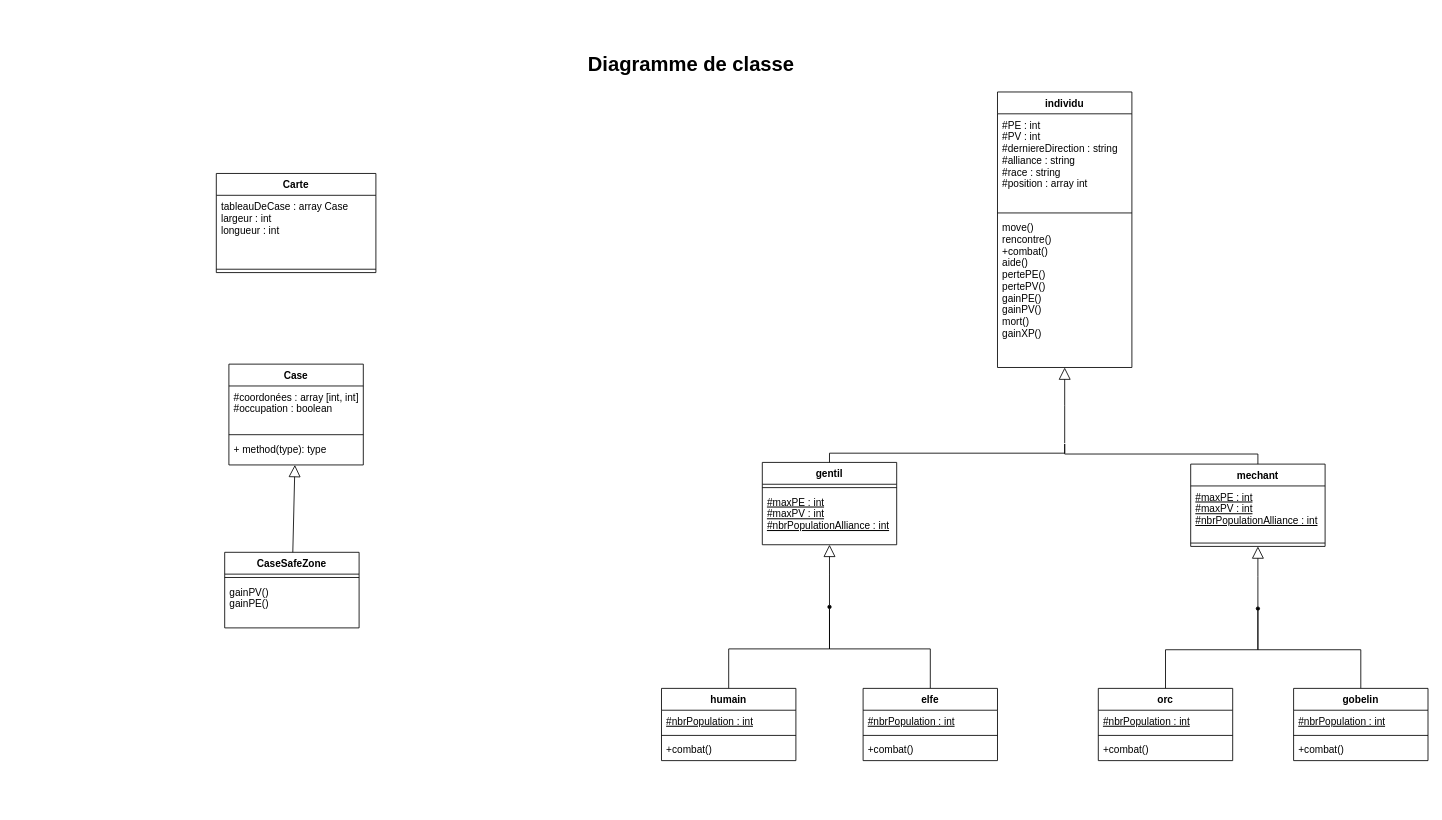
Before: diagramme_de_classe.drawio in agenceDEVI/ConceptObjet, a draw.io diagram. Source tidied: cells renumbered, new cells numbered last; positions are measured from the earlier drawing's top-left corner, leaving out a move shared by most shapes. Both pictures are drawn from the tidied source at 84%, with x=0, y=0 at pixel (56, 48).
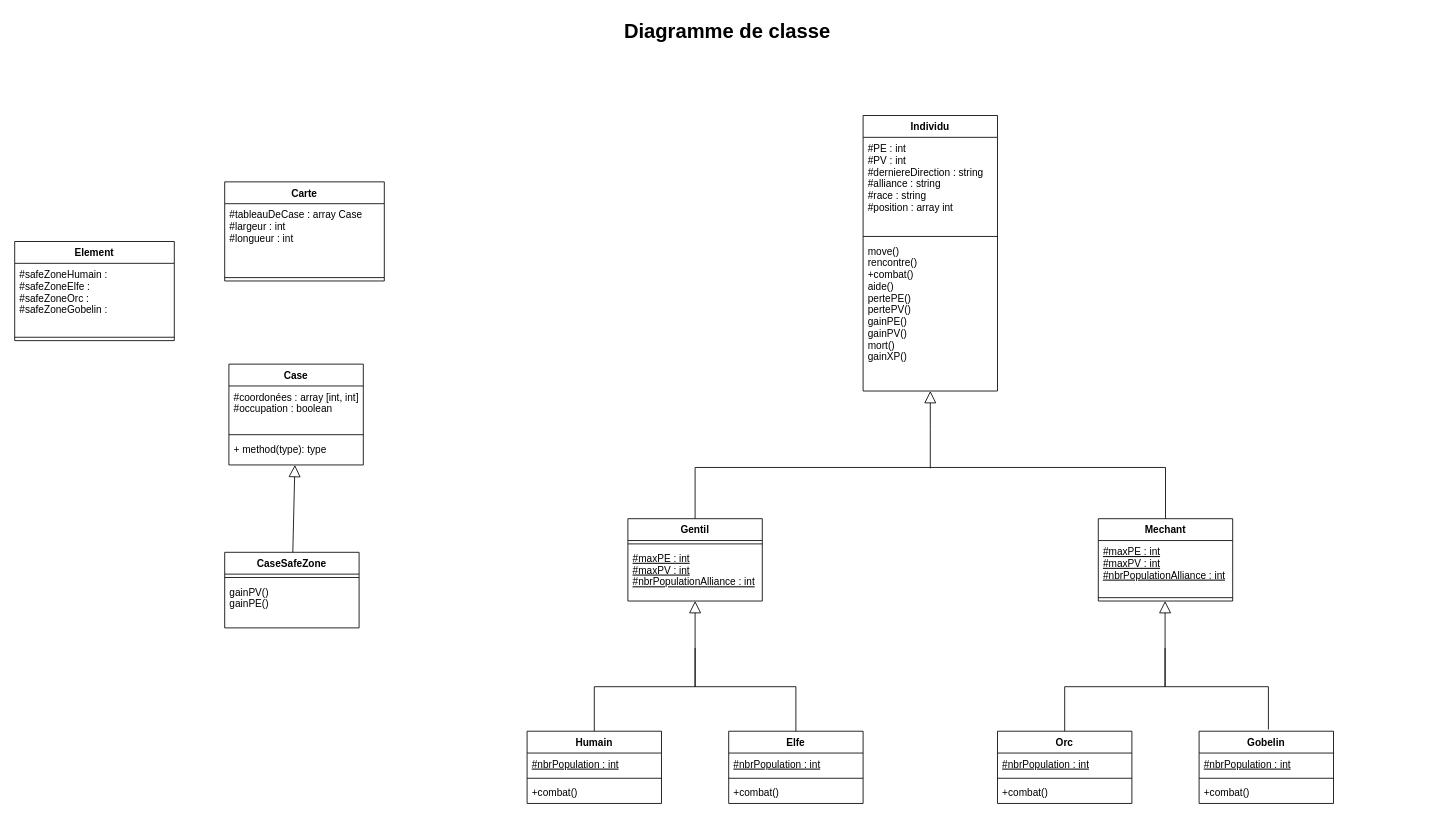
The same diagram, later.

Commit message:
modif carte

Unchanged cells that the change refers to:
```xml
<mxCell id="6" value="move()&#10;rencontre()&#10;+combat()&#10;aide()&#10;pertePE()&#10;pertePV()&#10;gainPE()&#10;gainPV()&#10;mort()&#10;gainXP()" style="text;strokeColor=none;fillColor=none;align=left;verticalAlign=top;spacingLeft=4;spacingRight=4;overflow=hidden;points=[[0,0.5],[1,0.5]];portConstraint=eastwest;" parent="3" vertex="1">
  <mxGeometry y="148" width="160" height="180" as="geometry" />
</mxCell>
```

What changed in the source:
```diff
@@
     <mxCell id="2" value="Diagramme de classe" style="text;strokeColor=none;fillColor=none;html=1;fontSize=24;fontStyle=1;verticalAlign=middle;align=center;" parent="1" vertex="1">
-      <mxGeometry width="1510" height="40" as="geometry" />
+      <mxGeometry x="42.5" y="-40" width="1510" height="40" as="geometry" />
     </mxCell>
-    <mxCell id="3" value="individu" style="swimlane;fontStyle=1;align=center;verticalAlign=top;horizontal=1;startSize=26;" parent="1" vertex="1">
-      <mxGeometry x="1120" y="52" width="160" height="328" as="geometry" />
+    <mxCell id="3" value="Individu" style="swimlane;fontStyle=1;align=center;verticalAlign=top;horizontal=1;startSize=26;" parent="1" vertex="1">
+      <mxGeometry x="960" y="80" width="160" height="328" as="geometry" />
     </mxCell>
@@
-    <mxCell id="7" value="gentil" style="swimlane;fontStyle=1;align=center;verticalAlign=top;horizontal=1;startSize=26;" parent="1" vertex="1">
-      <mxGeometry x="840" y="493" width="160" height="98" as="geometry" />
+    <mxCell id="7" value="Gentil" style="swimlane;fontStyle=1;align=center;verticalAlign=top;horizontal=1;startSize=26;" parent="1" vertex="1">
+      <mxGeometry x="680" y="560" width="160" height="98" as="geometry" />
     </mxCell>
@@
-    <mxCell id="10" value="mechant" style="swimlane;fontStyle=1;align=center;verticalAlign=top;horizontal=1;startSize=26;" parent="1" vertex="1">
-      <mxGeometry x="1350" y="495" width="160" height="98" as="geometry" />
+    <mxCell id="10" value="Mechant" style="swimlane;fontStyle=1;align=center;verticalAlign=top;horizontal=1;startSize=26;" parent="1" vertex="1">
+      <mxGeometry x="1240" y="560" width="160" height="98" as="geometry" />
     </mxCell>
@@
     <mxCell id="13" style="edgeStyle=elbowEdgeStyle;html=1;endSize=12;endArrow=block;endFill=0;elbow=horizontal;rounded=0;" parent="1" edge="1" target="6">
       <mxGeometry x="1" relative="1" as="geometry">
-        <mxPoint x="1200" y="470" as="sourcePoint" />
+        <mxPoint x="1040" y="500" as="sourcePoint" />
       </mxGeometry>
     </mxCell>
     <mxCell id="14" style="edgeStyle=elbowEdgeStyle;html=1;elbow=vertical;verticalAlign=bottom;endArrow=none;rounded=0;" parent="1" edge="1" target="10">
       <mxGeometry x="1" relative="1" as="geometry">
-        <mxPoint x="1200" y="471" as="sourcePoint" />
+        <mxPoint x="1040" y="499" as="sourcePoint" />
+        <Array as="points">
+          <mxPoint x="1180" y="499" />
+        </Array>
       </mxGeometry>
     </mxCell>
     <mxCell id="15" style="edgeStyle=elbowEdgeStyle;html=1;elbow=vertical;verticalAlign=bottom;endArrow=none;rounded=0;" parent="1" edge="1" target="7">
       <mxGeometry x="1" relative="1" as="geometry">
-        <mxPoint x="1200" y="471" as="sourcePoint" />
+        <mxPoint x="1040" y="499" as="sourcePoint" />
+        <Array as="points">
+          <mxPoint x="900" y="499" />
+        </Array>
       </mxGeometry>
     </mxCell>
-    <mxCell id="16" style="verticalAlign=bottom;html=1;ellipse;fillColor=#000000;strokeColor=#000000;" parent="1" vertex="1">
-      <mxGeometry x="918" y="663" width="4" height="4" as="geometry" />
-    </mxCell>
-    <mxCell id="17" style="edgeStyle=elbowEdgeStyle;html=1;endSize=12;endArrow=block;endFill=0;elbow=horizontal;rounded=0;" parent="1" edge="1" source="16" target="7">
-      <mxGeometry x="1" relative="1" as="geometry" />
+    <mxCell id="17" style="edgeStyle=elbowEdgeStyle;html=1;endSize=12;endArrow=block;endFill=0;elbow=horizontal;rounded=0;" parent="1" edge="1" target="7">
+      <mxGeometry x="1" relative="1" as="geometry">
+        <mxPoint x="760" y="714" as="sourcePoint" />
+        <Array as="points">
+          <mxPoint x="760" y="760" />
+        </Array>
+      </mxGeometry>
     </mxCell>
-    <mxCell id="18" style="edgeStyle=elbowEdgeStyle;html=1;elbow=vertical;verticalAlign=bottom;endArrow=none;rounded=0;" parent="1" edge="1" source="16" target="28">
-      <mxGeometry x="1" relative="1" as="geometry" />
+    <mxCell id="18" style="edgeStyle=elbowEdgeStyle;html=1;elbow=vertical;verticalAlign=bottom;endArrow=none;rounded=0;entryX=0.5;entryY=0;entryDx=0;entryDy=0;" parent="1" edge="1" target="28">
+      <mxGeometry x="1" relative="1" as="geometry">
+        <mxPoint x="760" y="760" as="sourcePoint" />
+        <Array as="points">
+          <mxPoint x="820" y="760" />
+        </Array>
+      </mxGeometry>
     </mxCell>
-    <mxCell id="19" style="edgeStyle=elbowEdgeStyle;html=1;elbow=vertical;verticalAlign=bottom;endArrow=none;rounded=0;" parent="1" edge="1" source="16" target="24">
-      <mxGeometry x="1" relative="1" as="geometry" />
+    <mxCell id="19" style="edgeStyle=elbowEdgeStyle;html=1;elbow=vertical;verticalAlign=bottom;endArrow=none;rounded=0;entryX=0.5;entryY=0;entryDx=0;entryDy=0;" parent="1" edge="1" target="24">
+      <mxGeometry x="1" relative="1" as="geometry">
+        <mxPoint x="760" y="760" as="sourcePoint" />
+        <Array as="points">
+          <mxPoint x="710" y="760" />
+        </Array>
+      </mxGeometry>
     </mxCell>
-    <mxCell id="20" style="verticalAlign=bottom;html=1;ellipse;fillColor=#000000;strokeColor=#000000;" parent="1" vertex="1">
-      <mxGeometry x="1428" y="665" width="4" height="4" as="geometry" />
-    </mxCell>
-    <mxCell id="21" style="edgeStyle=elbowEdgeStyle;html=1;endSize=12;endArrow=block;endFill=0;elbow=horizontal;rounded=0;" parent="1" edge="1" source="20" target="10">
-      <mxGeometry x="1" relative="1" as="geometry" />
-    </mxCell>
-    <mxCell id="22" style="edgeStyle=elbowEdgeStyle;html=1;elbow=vertical;verticalAlign=bottom;endArrow=none;rounded=0;" parent="1" edge="1" source="20" target="36">
-      <mxGeometry x="1" relative="1" as="geometry" />
+    <mxCell id="22" style="edgeStyle=elbowEdgeStyle;html=1;elbow=vertical;verticalAlign=bottom;endArrow=none;rounded=0;" parent="1" edge="1">
+      <mxGeometry x="1" relative="1" as="geometry">
+        <mxPoint x="1320" y="760" as="sourcePoint" />
+        <mxPoint x="1442.5" y="811" as="targetPoint" />
+        <Array as="points">
+          <mxPoint x="1380" y="760" />
+        </Array>
+      </mxGeometry>
     </mxCell>
-    <mxCell id="23" style="edgeStyle=elbowEdgeStyle;html=1;elbow=vertical;verticalAlign=bottom;endArrow=none;rounded=0;" parent="1" edge="1" source="20" target="32">
-      <mxGeometry x="1" relative="1" as="geometry" />
+    <mxCell id="23" style="edgeStyle=elbowEdgeStyle;html=1;elbow=vertical;verticalAlign=bottom;endArrow=none;rounded=0;entryX=0.5;entryY=0;entryDx=0;entryDy=0;" parent="1" edge="1" target="32">
+      <mxGeometry x="1" relative="1" as="geometry">
+        <mxPoint x="1320" y="760" as="sourcePoint" />
+        <Array as="points">
+          <mxPoint x="1260" y="760" />
+        </Array>
+      </mxGeometry>
     </mxCell>
-    <mxCell id="24" value="humain" style="swimlane;fontStyle=1;align=center;verticalAlign=top;horizontal=1;startSize=26;" parent="1" vertex="1">
-      <mxGeometry x="720" y="762" width="160" height="86" as="geometry" />
+    <mxCell id="24" value="Humain" style="swimlane;fontStyle=1;align=center;verticalAlign=top;horizontal=1;startSize=26;" parent="1" vertex="1">
+      <mxGeometry x="560" y="813" width="160" height="86" as="geometry" />
     </mxCell>
@@
-    <mxCell id="28" value="elfe" style="swimlane;fontStyle=1;align=center;verticalAlign=top;horizontal=1;startSize=26;" parent="1" vertex="1">
-      <mxGeometry x="960" y="762" width="160" height="86" as="geometry" />
+    <mxCell id="28" value="Elfe" style="swimlane;fontStyle=1;align=center;verticalAlign=top;horizontal=1;startSize=26;" parent="1" vertex="1">
+      <mxGeometry x="800" y="813" width="160" height="86" as="geometry" />
     </mxCell>
@@
-    <mxCell id="32" value="orc" style="swimlane;fontStyle=1;align=center;verticalAlign=top;horizontal=1;startSize=26;" parent="1" vertex="1">
-      <mxGeometry x="1240" y="762" width="160" height="86" as="geometry" />
+    <mxCell id="32" value="Orc" style="swimlane;fontStyle=1;align=center;verticalAlign=top;horizontal=1;startSize=26;" parent="1" vertex="1">
+      <mxGeometry x="1120" y="813" width="160" height="86" as="geometry" />
     </mxCell>
@@
-    <mxCell id="36" value="gobelin" style="swimlane;fontStyle=1;align=center;verticalAlign=top;horizontal=1;startSize=26;" parent="1" vertex="1">
-      <mxGeometry x="1472.5" y="762" width="160" height="86" as="geometry" />
+    <mxCell id="36" value="Gobelin" style="swimlane;fontStyle=1;align=center;verticalAlign=top;horizontal=1;startSize=26;" parent="1" vertex="1">
+      <mxGeometry x="1360" y="813" width="160" height="86" as="geometry" />
     </mxCell>
@@
-    <mxCell id="40" value="Carte" style="swimlane;fontStyle=1;align=center;verticalAlign=top;horizontal=1;startSize=26;" parent="1" vertex="1">
-      <mxGeometry x="190" y="149" width="190" height="118" as="geometry" />
+    <mxCell id="40" value="Element" style="swimlane;fontStyle=1;align=center;verticalAlign=top;horizontal=1;startSize=26;" parent="1" vertex="1">
+      <mxGeometry x="-50" y="230" width="190" height="118" as="geometry" />
     </mxCell>
-    <mxCell id="41" value="tableauDeCase : array Case&#10;largeur : int&#10;longueur : int&#10;" style="text;strokeColor=none;fillColor=none;align=left;verticalAlign=top;spacingLeft=4;spacingRight=4;overflow=hidden;" parent="40" vertex="1">
+    <mxCell id="41" value="#safeZoneHumain : &#10;#safeZoneElfe : &#10;#safeZoneOrc : &#10;#safeZoneGobelin :&#10;" style="text;strokeColor=none;fillColor=none;align=left;verticalAlign=top;spacingLeft=4;spacingRight=4;overflow=hidden;" parent="40" vertex="1">
       <mxGeometry y="26" width="190" height="84" as="geometry" />
     </mxCell>
@@
+    <mxCell id="51" value="Carte" style="swimlane;fontStyle=1;align=center;verticalAlign=top;horizontal=1;startSize=26;" parent="1" vertex="1">
+      <mxGeometry x="200" y="159" width="190" height="118" as="geometry" />
+    </mxCell>
+    <mxCell id="52" value="#tableauDeCase : array Case&#10;#largeur : int&#10;#longueur : int&#10;" style="text;strokeColor=none;fillColor=none;align=left;verticalAlign=top;spacingLeft=4;spacingRight=4;overflow=hidden;" parent="51" vertex="1">
+      <mxGeometry y="26" width="190" height="84" as="geometry" />
+    </mxCell>
+    <mxCell id="53" style="line;strokeWidth=1;fillColor=none;align=left;verticalAlign=middle;spacingTop=-1;spacingLeft=3;spacingRight=3;labelPosition=right;" parent="51" vertex="1">
+      <mxGeometry y="110" width="190" height="8" as="geometry" />
+    </mxCell>
+    <mxCell id="54" style="edgeStyle=elbowEdgeStyle;html=1;endSize=12;endArrow=block;endFill=0;elbow=horizontal;rounded=0;" parent="1" edge="1">
+      <mxGeometry x="1" relative="1" as="geometry">
+        <mxPoint x="1319.5" y="714" as="sourcePoint" />
+        <mxPoint x="1319.5" y="658" as="targetPoint" />
+        <Array as="points">
+          <mxPoint x="1319.5" y="760" />
+        </Array>
+      </mxGeometry>
+    </mxCell>
```
